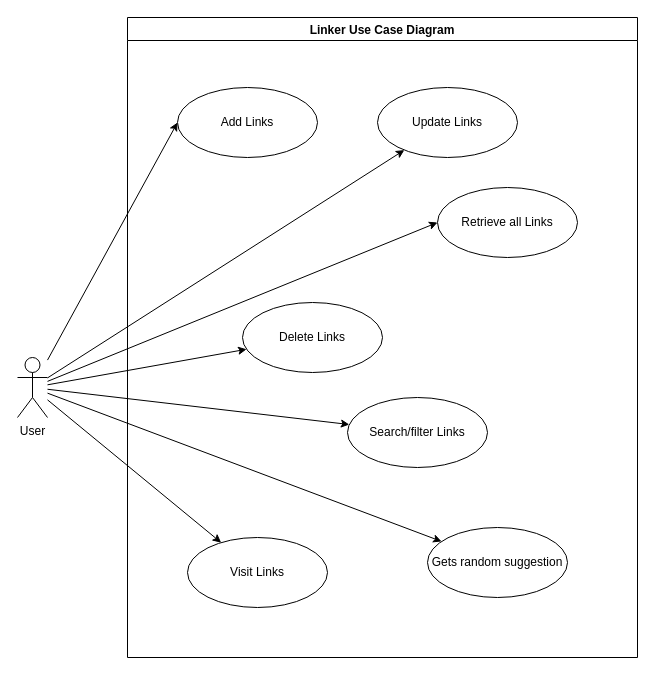
Above: page "Use Case Diagram" (2 of 2) of docs/Linker.drawio in data-miner00/Linker (draw.io), before the change. Source tidied: cells renumbered, new cells numbered last; positions are measured from the earlier drawing's top-left corner, leaving out a move shared by most shapes. Both pictures are drawn from the tidied source at 100%, with x=0, y=0 at pixel (17, 17).
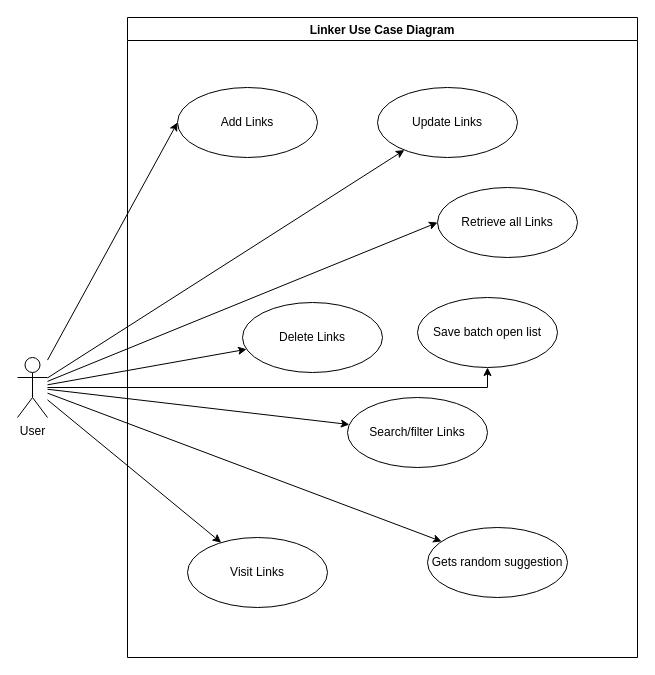
The same diagram, later.

Change to the diagram source:
```diff
@@
 <mxGraphModel>
   <root>
     <mxCell id="0" />
     <mxCell id="1" parent="0" />
     <mxCell id="2" value="Linker Use Case Diagram" style="swimlane;" parent="1" vertex="1">
       <mxGeometry x="110" width="510" height="640" as="geometry" />
     </mxCell>
     <mxCell id="3" value="Add Links" style="ellipse;whiteSpace=wrap;html=1;" parent="2" vertex="1">
       <mxGeometry x="50" y="70" width="140" height="70" as="geometry" />
     </mxCell>
     <mxCell id="4" value="Retrieve all Links" style="ellipse;whiteSpace=wrap;html=1;" parent="2" vertex="1">
       <mxGeometry x="310" y="170" width="140" height="70" as="geometry" />
     </mxCell>
     <mxCell id="5" value="Update Links" style="ellipse;whiteSpace=wrap;html=1;" parent="2" vertex="1">
       <mxGeometry x="250" y="70" width="140" height="70" as="geometry" />
     </mxCell>
     <mxCell id="6" value="Delete Links" style="ellipse;whiteSpace=wrap;html=1;" parent="2" vertex="1">
       <mxGeometry x="115" y="285" width="140" height="70" as="geometry" />
     </mxCell>
     <mxCell id="7" value="Search/filter Links" style="ellipse;whiteSpace=wrap;html=1;" parent="2" vertex="1">
       <mxGeometry x="220" y="380" width="140" height="70" as="geometry" />
     </mxCell>
     <mxCell id="8" value="Gets random suggestion" style="ellipse;whiteSpace=wrap;html=1;" parent="2" vertex="1">
       <mxGeometry x="300" y="510" width="140" height="70" as="geometry" />
     </mxCell>
     <mxCell id="9" value="Visit Links" style="ellipse;whiteSpace=wrap;html=1;" parent="2" vertex="1">
       <mxGeometry x="60" y="520" width="140" height="70" as="geometry" />
     </mxCell>
+    <mxCell id="18" value="Save batch open list" style="ellipse;whiteSpace=wrap;html=1;" parent="2" vertex="1">
+      <mxGeometry x="290" y="280" width="140" height="70" as="geometry" />
+    </mxCell>
     <mxCell id="10" style="rounded=0;jettySize=auto;html=1;entryX=0;entryY=0.5;entryDx=0;entryDy=0;" parent="1" edge="1" source="17" target="3">
       <mxGeometry relative="1" as="geometry" />
     </mxCell>
     <mxCell id="11" style="edgeStyle=none;rounded=0;jettySize=auto;html=1;" parent="1" edge="1" source="17" target="5">
       <mxGeometry relative="1" as="geometry" />
     </mxCell>
     <mxCell id="12" style="edgeStyle=none;rounded=0;jettySize=auto;html=1;entryX=0;entryY=0.5;entryDx=0;entryDy=0;" parent="1" edge="1" source="17" target="4">
       <mxGeometry relative="1" as="geometry" />
     </mxCell>
     <mxCell id="13" style="edgeStyle=none;rounded=0;jettySize=auto;html=1;" parent="1" edge="1" source="17" target="6">
       <mxGeometry relative="1" as="geometry" />
     </mxCell>
     <mxCell id="14" style="edgeStyle=none;rounded=0;jettySize=auto;html=1;" parent="1" edge="1" source="17" target="7">
       <mxGeometry relative="1" as="geometry" />
     </mxCell>
     <mxCell id="15" style="edgeStyle=none;rounded=0;jettySize=auto;html=1;" parent="1" edge="1" source="17" target="8">
       <mxGeometry relative="1" as="geometry" />
     </mxCell>
     <mxCell id="16" style="edgeStyle=none;rounded=0;jettySize=auto;html=1;" parent="1" edge="1" source="17" target="9">
       <mxGeometry relative="1" as="geometry" />
     </mxCell>
+    <mxCell id="19" style="edgeStyle=orthogonalEdgeStyle;rounded=0;jettySize=auto;html=1;entryX=0.5;entryY=1;entryDx=0;entryDy=0;" parent="1" edge="1" source="17" target="18">
+      <mxGeometry relative="1" as="geometry" />
+    </mxCell>
     <mxCell id="17" value="User" style="shape=umlActor;verticalLabelPosition=bottom;verticalAlign=top;html=1;outlineConnect=0;" parent="1" vertex="1">
       <mxGeometry y="340" width="30" height="60" as="geometry" />
     </mxCell>
   </root>
 </mxGraphModel>
```
